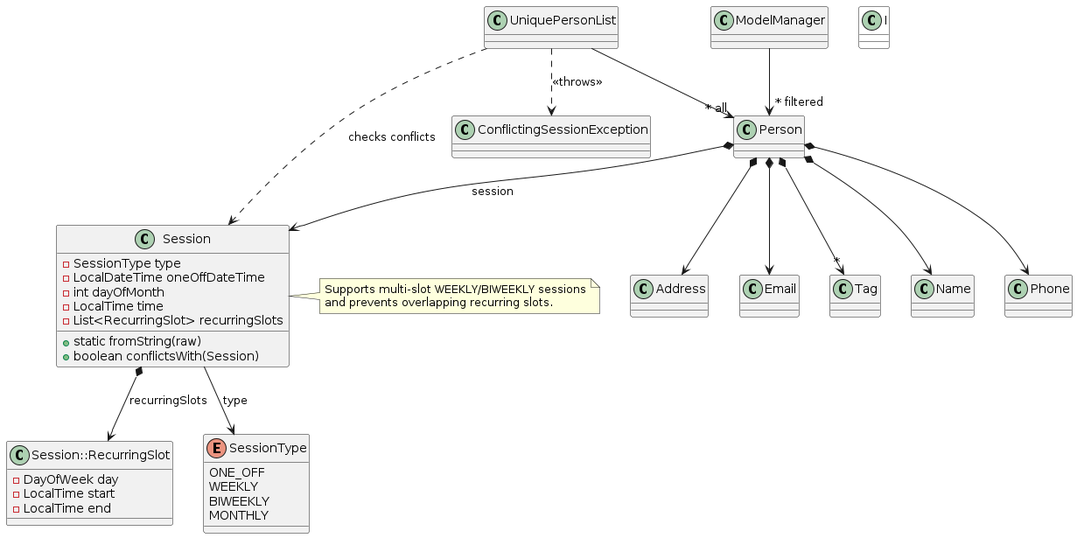
Earlier version of the PlantUML export diagrams/ModelClassDiagram.png (AY2526S1-CS2103T-F09-4/tp). Its source is kept beside it as diagrams/ModelClassDiagram.puml.
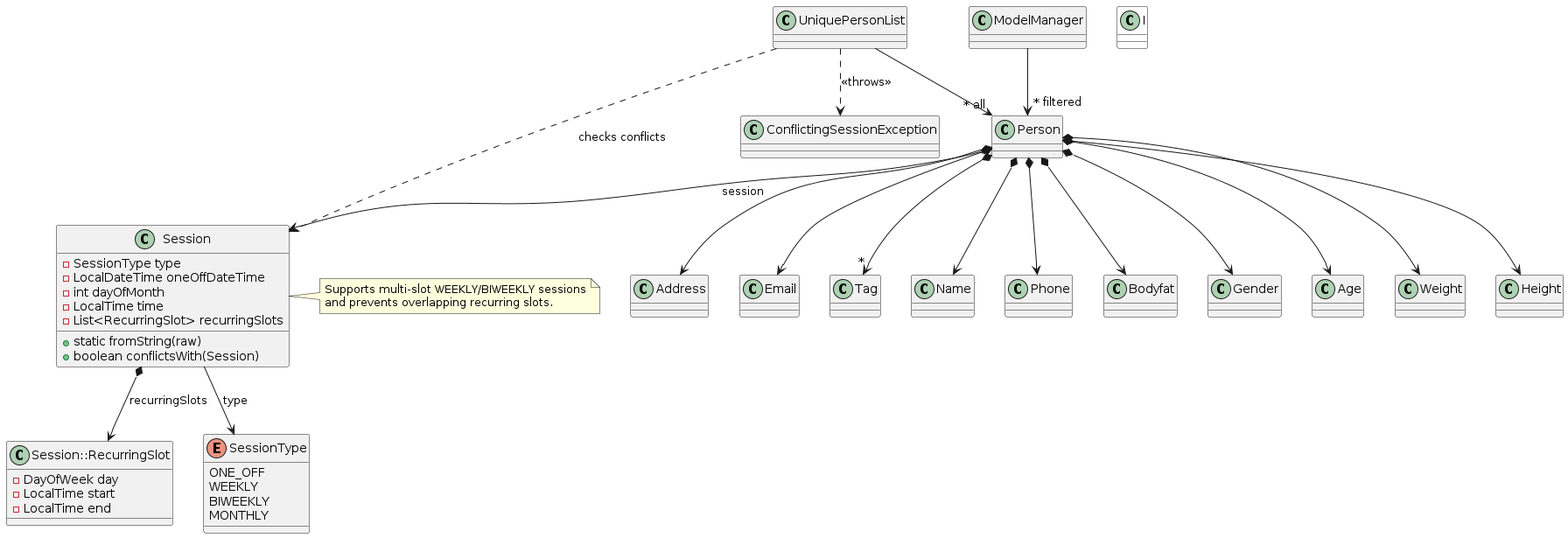
Later version of the same file.

The edit, as a diff of the source:
```diff
@@ -36,6 +36,11 @@
 Person *--> Phone
 Person *--> Email
 Person *--> Address
+Person *--> Bodyfat
+Person *--> Gender
+Person *--> Age
+Person *--> Weight
+Person *--> Height
 Person *--> "*" Tag
 Person *--> Session : session
 Session *--> SessionRecurringSlot : recurringSlots
```
